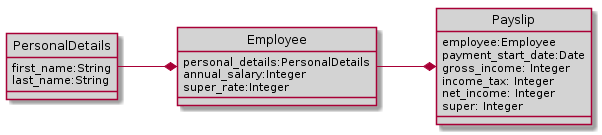
Above: doc/domain-model.png in svo/emp (PlantUML), before the change.
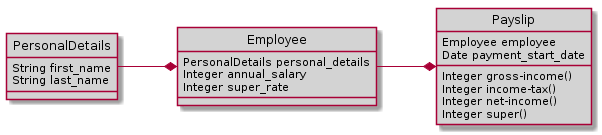
After the change.

Commit message:
Updates to domain model

Diff of the diagram source:
```diff
@@ -3,23 +3,23 @@
 left to right direction
 
 class PersonalDetails #LightGrey {
-  first_name:String
-  last_name:String
+  String first_name
+  String last_name
 }
 
 class Employee #LightGrey {
-  personal_details:PersonalDetails
-  annual_salary:Integer
-  super_rate:Integer
+  PersonalDetails personal_details
+  Integer annual_salary
+  Integer super_rate
 }
 
 class Payslip #LightGrey {
-  employee:Employee
-  payment_start_date:Date
-  gross_income: Integer
-  income_tax: Integer
-  net_income: Integer
-  super: Integer
+  Employee employee
+  Date payment_start_date
+  Integer gross-income()
+  Integer income-tax()
+  Integer net-income()
+  Integer super()
 }
 
 PersonalDetails --* Employee
```
